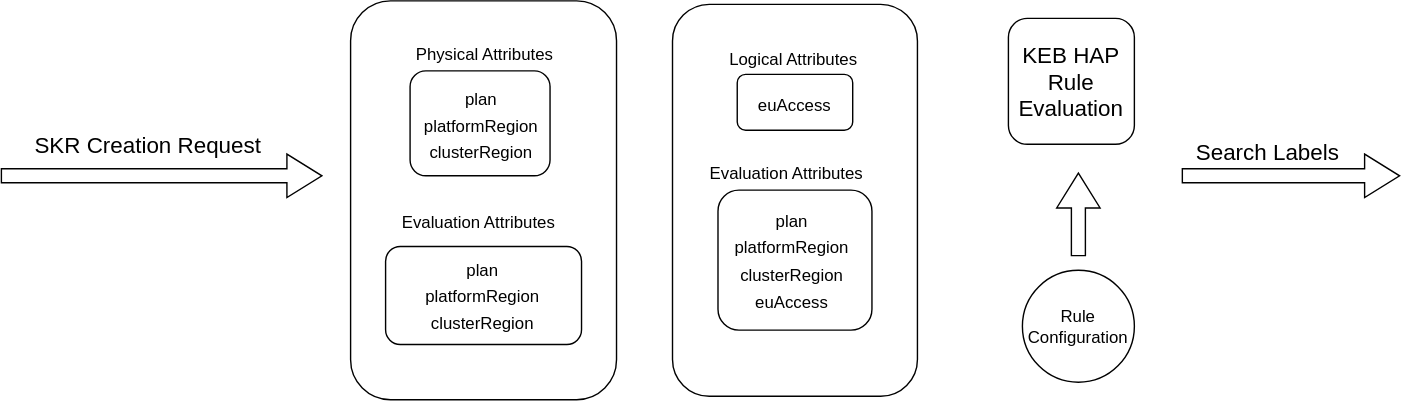
kyma-project/kyma-environment-broker keeps this draw.io diagram as docs/assets/hap-rules-general.drawio.svg. Above is the earlier version. Source tidied: cells renumbered, new cells last; positions are measured from the earlier drawing's top-left corner, leaving out a move shared by most shapes.
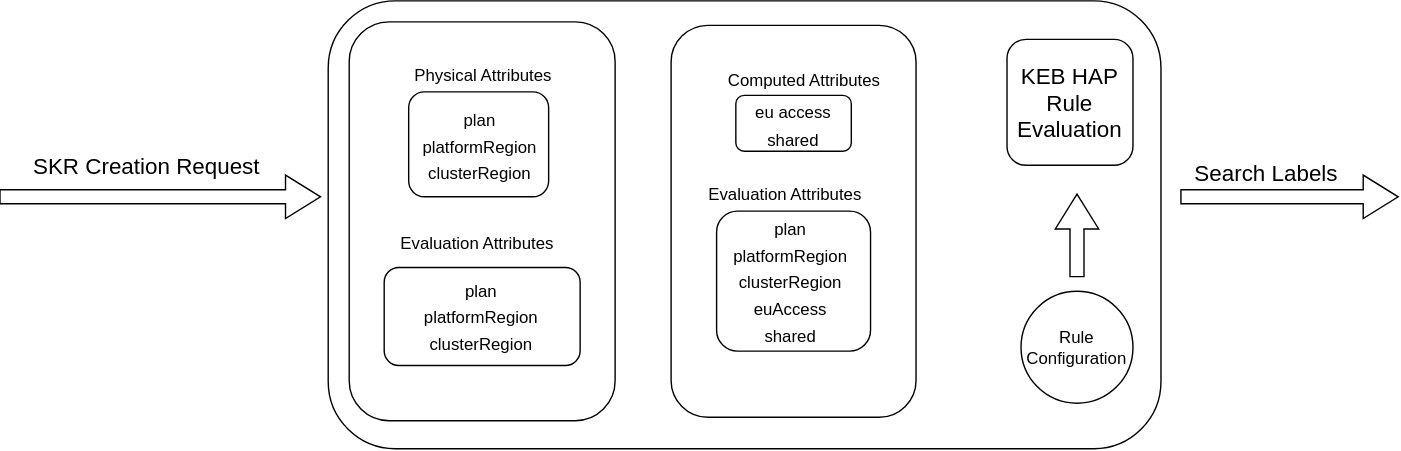
After the change.

Commit message:
Review Remarks

Change to the diagram source:
```diff
@@ -3,75 +3,78 @@
     <mxCell id="0" />
     <mxCell id="1" parent="0" />
     <mxCell id="2" style="whiteSpace=wrap;html=1;rounded=1;" parent="1" vertex="1">
-      <mxGeometry x="480" y="2.5" width="175" height="280" as="geometry" />
+      <mxGeometry x="235" y="-15" width="595" height="320" as="geometry" />
     </mxCell>
     <mxCell id="3" style="whiteSpace=wrap;html=1;rounded=1;" parent="1" vertex="1">
-      <mxGeometry x="526.2" y="52.5" width="82.5" height="40" as="geometry" />
+      <mxGeometry x="480" y="2.5" width="175" height="280" as="geometry" />
     </mxCell>
     <mxCell id="4" style="whiteSpace=wrap;html=1;rounded=1;" parent="1" vertex="1">
-      <mxGeometry x="250" width="190" height="285" as="geometry" />
+      <mxGeometry x="526.2" y="52.5" width="82.5" height="40" as="geometry" />
     </mxCell>
     <mxCell id="5" style="whiteSpace=wrap;html=1;rounded=1;" parent="1" vertex="1">
-      <mxGeometry x="275" y="175.5" width="140" height="70" as="geometry" />
+      <mxGeometry x="250" width="190" height="285" as="geometry" />
     </mxCell>
     <mxCell id="6" style="whiteSpace=wrap;html=1;rounded=1;" parent="1" vertex="1">
-      <mxGeometry x="512.5" y="135.3" width="110" height="100" as="geometry" />
+      <mxGeometry x="275" y="175.5" width="140" height="70" as="geometry" />
     </mxCell>
     <mxCell id="7" style="whiteSpace=wrap;html=1;rounded=1;" parent="1" vertex="1">
-      <mxGeometry x="292.5" y="50" width="100" height="75" as="geometry" />
+      <mxGeometry x="512.5" y="135.3" width="110" height="100" as="geometry" />
     </mxCell>
-    <mxCell id="8" value="&lt;span style=&quot;font-size: 16px;&quot;&gt;KEB HAP Rule Evaluation&lt;/span&gt;" style="whiteSpace=wrap;html=1;rounded=1;" parent="1" vertex="1">
-      <mxGeometry x="720" y="12.5" width="90" height="90" as="geometry" />
+    <mxCell id="8" style="whiteSpace=wrap;html=1;rounded=1;" parent="1" vertex="1">
+      <mxGeometry x="292.5" y="50" width="100" height="75" as="geometry" />
     </mxCell>
-    <mxCell id="9" style="shape=flexArrow;endArrow=classic;html=1;rounded=0;fontSize=12;startSize=8;endSize=8;curved=1;" parent="1" edge="1">
-      <mxGeometry relative="1" as="geometry">
-        <mxPoint y="125" as="sourcePoint" />
-        <mxPoint x="230" y="125" as="targetPoint" />
-      </mxGeometry>
+    <mxCell id="9" value="&lt;span style=&quot;font-size: 16px;&quot;&gt;KEB HAP Rule Evaluation&lt;/span&gt;" style="whiteSpace=wrap;html=1;rounded=1;" parent="1" vertex="1">
+      <mxGeometry x="720" y="12.5" width="90" height="90" as="geometry" />
     </mxCell>
-    <mxCell id="10" value="&lt;font&gt;SKR Creation Request&lt;/font&gt;" style="text;html=1;align=center;verticalAlign=middle;strokeColor=none;fillColor=none;fontSize=16;" parent="1" vertex="1">
-      <mxGeometry x="10" y="87.5" width="190" height="30" as="geometry" />
+    <mxCell id="10" style="shape=flexArrow;endArrow=classic;html=1;rounded=0;fontSize=12;startSize=8;endSize=8;curved=1;" parent="1" edge="1">
+      <mxGeometry relative="1" as="geometry">
+        <mxPoint y="125" as="sourcePoint" />
+        <mxPoint x="230" y="125" as="targetPoint" />
+      </mxGeometry>
     </mxCell>
-    <mxCell id="11" style="shape=flexArrow;endArrow=classic;html=1;rounded=0;fontSize=12;startSize=8;endSize=8;curved=1;exitX=0.029;exitY=1.082;exitDx=0;exitDy=0;exitPerimeter=0;" parent="1" edge="1" source="12">
-      <mxGeometry relative="1" as="geometry">
-        <mxPoint x="1000" y="125" as="targetPoint" />
-      </mxGeometry>
+    <mxCell id="11" value="&lt;font&gt;SKR Creation Request&lt;/font&gt;" style="text;html=1;align=center;verticalAlign=middle;strokeColor=none;fillColor=none;fontSize=16;" parent="1" vertex="1">
+      <mxGeometry x="10" y="87.5" width="190" height="30" as="geometry" />
     </mxCell>
-    <mxCell id="12" value="Search Labels" style="text;html=1;align=center;verticalAlign=middle;points=[];strokeColor=none;fillColor=none;fontSize=16;" parent="1" vertex="1">
-      <mxGeometry x="840" y="92.5" width="130" height="30" as="geometry" />
+    <mxCell id="12" style="shape=flexArrow;endArrow=classic;html=1;rounded=0;fontSize=12;startSize=8;endSize=8;curved=1;exitX=0.029;exitY=1.082;exitDx=0;exitDy=0;exitPerimeter=0;" parent="1" edge="1" source="13">
+      <mxGeometry relative="1" as="geometry">
+        <mxPoint x="1000" y="125" as="targetPoint" />
+      </mxGeometry>
     </mxCell>
-    <mxCell id="13" value="Rule Configuration" style="ellipse;whiteSpace=wrap;html=1;" parent="1" vertex="1">
-      <mxGeometry x="730" y="192.5" width="80" height="80" as="geometry" />
+    <mxCell id="13" value="Search Labels" style="text;html=1;align=center;verticalAlign=middle;points=[];strokeColor=none;fillColor=none;fontSize=16;" parent="1" vertex="1">
+      <mxGeometry x="840" y="92.5" width="130" height="30" as="geometry" />
     </mxCell>
-    <mxCell id="14" style="shape=flexArrow;endArrow=classic;html=1;rounded=0;fontSize=12;startSize=8;endSize=8;curved=1;" parent="1" edge="1">
-      <mxGeometry relative="1" as="geometry">
-        <mxPoint x="770" y="182.5" as="sourcePoint" />
-        <mxPoint x="770" y="122.5" as="targetPoint" />
-      </mxGeometry>
+    <mxCell id="14" value="Rule Configuration" style="ellipse;whiteSpace=wrap;html=1;" parent="1" vertex="1">
+      <mxGeometry x="730" y="192.5" width="80" height="80" as="geometry" />
     </mxCell>
-    <mxCell id="15" value="&lt;div&gt;&lt;span style=&quot;font-size: 12px; background-color: transparent; color: light-dark(rgb(0, 0, 0), rgb(255, 255, 255));&quot;&gt;euAccess&lt;/span&gt;&lt;br&gt;&lt;/div&gt;" style="text;html=1;align=center;verticalAlign=middle;strokeColor=none;fillColor=none;fontSize=16;" parent="1" vertex="1">
-      <mxGeometry x="526.9" y="57.5" width="80" height="30" as="geometry" />
+    <mxCell id="15" style="shape=flexArrow;endArrow=classic;html=1;rounded=0;fontSize=12;startSize=8;endSize=8;curved=1;" parent="1" edge="1">
+      <mxGeometry relative="1" as="geometry">
+        <mxPoint x="770" y="182.5" as="sourcePoint" />
+        <mxPoint x="770" y="122.5" as="targetPoint" />
+      </mxGeometry>
     </mxCell>
-    <mxCell id="16" value="&lt;div&gt;&lt;font style=&quot;font-size: 12px;&quot;&gt;plan&lt;/font&gt;&lt;/div&gt;&lt;div&gt;&lt;font style=&quot;font-size: 12px;&quot;&gt;platformRegion&lt;/font&gt;&lt;/div&gt;&lt;div&gt;&lt;font style=&quot;font-size: 12px;&quot;&gt;clusterRegion&lt;/font&gt;&lt;/div&gt;" style="text;html=1;align=center;verticalAlign=middle;strokeColor=none;fillColor=none;fontSize=16;" parent="1" vertex="1">
-      <mxGeometry x="293.8" y="175" width="100" height="70" as="geometry" />
+    <mxCell id="16" value="&lt;div&gt;&lt;span style=&quot;font-size: 12px; background-color: transparent; color: light-dark(rgb(0, 0, 0), rgb(255, 255, 255));&quot;&gt;eu access&lt;/span&gt;&lt;br&gt;&lt;/div&gt;&lt;div&gt;&lt;span style=&quot;font-size: 12px; background-color: transparent; color: light-dark(rgb(0, 0, 0), rgb(255, 255, 255));&quot;&gt;shared&lt;/span&gt;&lt;/div&gt;" style="text;html=1;align=center;verticalAlign=middle;strokeColor=none;fillColor=none;fontSize=16;" parent="1" vertex="1">
+      <mxGeometry x="526.9" y="47.5" width="80" height="50" as="geometry" />
     </mxCell>
-    <mxCell id="17" value="&lt;div&gt;&lt;font style=&quot;font-size: 12px;&quot;&gt;plan&lt;/font&gt;&lt;/div&gt;&lt;div&gt;&lt;font style=&quot;font-size: 12px;&quot;&gt;platformRegion&lt;/font&gt;&lt;/div&gt;&lt;div&gt;&lt;font style=&quot;font-size: 12px;&quot;&gt;clusterRegion&lt;/font&gt;&lt;/div&gt;&lt;div&gt;&lt;span style=&quot;font-size: 12px; background-color: transparent; color: light-dark(rgb(0, 0, 0), rgb(255, 255, 255));&quot;&gt;euAccess&lt;/span&gt;&lt;br&gt;&lt;/div&gt;" style="text;html=1;align=center;verticalAlign=middle;strokeColor=none;fillColor=none;fontSize=16;" parent="1" vertex="1">
-      <mxGeometry x="515" y="140.3" width="100" height="90" as="geometry" />
+    <mxCell id="17" value="&lt;div&gt;&lt;font style=&quot;font-size: 12px;&quot;&gt;plan&lt;/font&gt;&lt;/div&gt;&lt;div&gt;&lt;font style=&quot;font-size: 12px;&quot;&gt;platformRegion&lt;/font&gt;&lt;/div&gt;&lt;div&gt;&lt;font style=&quot;font-size: 12px;&quot;&gt;clusterRegion&lt;/font&gt;&lt;/div&gt;" style="text;html=1;align=center;verticalAlign=middle;strokeColor=none;fillColor=none;fontSize=16;" parent="1" vertex="1">
+      <mxGeometry x="293.8" y="175" width="100" height="70" as="geometry" />
     </mxCell>
-    <mxCell id="18" value="&lt;div&gt;&lt;span style=&quot;font-size: 12px; background-color: transparent; color: light-dark(rgb(0, 0, 0), rgb(255, 255, 255));&quot;&gt;plan&lt;/span&gt;&lt;br&gt;&lt;/div&gt;&lt;div&gt;&lt;font style=&quot;font-size: 12px;&quot;&gt;platformRegion&lt;/font&gt;&lt;/div&gt;&lt;div&gt;&lt;font style=&quot;font-size: 12px;&quot;&gt;clusterRegion&lt;/font&gt;&lt;/div&gt;" style="text;html=1;align=center;verticalAlign=middle;strokeColor=none;fillColor=none;fontSize=16;" parent="1" vertex="1">
-      <mxGeometry x="292.5" y="52.5" width="100" height="70" as="geometry" />
+    <mxCell id="18" value="&lt;div&gt;&lt;font style=&quot;font-size: 12px;&quot;&gt;plan&lt;/font&gt;&lt;/div&gt;&lt;div&gt;&lt;font style=&quot;font-size: 12px;&quot;&gt;platformRegion&lt;/font&gt;&lt;/div&gt;&lt;div&gt;&lt;font style=&quot;font-size: 12px;&quot;&gt;clusterRegion&lt;/font&gt;&lt;/div&gt;&lt;div&gt;&lt;span style=&quot;font-size: 12px; background-color: transparent; color: light-dark(rgb(0, 0, 0), rgb(255, 255, 255));&quot;&gt;euAccess&lt;/span&gt;&lt;br&gt;&lt;/div&gt;&lt;div&gt;&lt;span style=&quot;font-size: 12px; background-color: transparent; color: light-dark(rgb(0, 0, 0), rgb(255, 255, 255));&quot;&gt;shared&lt;/span&gt;&lt;/div&gt;" style="text;html=1;align=center;verticalAlign=middle;strokeColor=none;fillColor=none;fontSize=16;" parent="1" vertex="1">
+      <mxGeometry x="515" y="130.3" width="100" height="110" as="geometry" />
     </mxCell>
-    <mxCell id="19" value="&lt;span style=&quot;font-family: Helvetica; font-size: 12px; font-style: normal; font-variant-ligatures: normal; font-variant-caps: normal; font-weight: 400; letter-spacing: normal; orphans: 2; text-align: center; text-indent: 0px; text-transform: none; widows: 2; word-spacing: 0px; -webkit-text-stroke-width: 0px; white-space: nowrap; text-decoration-thickness: initial; text-decoration-style: initial; text-decoration-color: initial; float: none; display: inline !important;&quot;&gt;&lt;font&gt;Physical Attributes&lt;/font&gt;&lt;/span&gt;" style="text;whiteSpace=wrap;html=1;" parent="1" vertex="1">
-      <mxGeometry x="295" y="25" width="70" height="30" as="geometry" />
+    <mxCell id="19" value="&lt;div&gt;&lt;span style=&quot;font-size: 12px; background-color: transparent; color: light-dark(rgb(0, 0, 0), rgb(255, 255, 255));&quot;&gt;plan&lt;/span&gt;&lt;br&gt;&lt;/div&gt;&lt;div&gt;&lt;font style=&quot;font-size: 12px;&quot;&gt;platformRegion&lt;/font&gt;&lt;/div&gt;&lt;div&gt;&lt;font style=&quot;font-size: 12px;&quot;&gt;clusterRegion&lt;/font&gt;&lt;/div&gt;" style="text;html=1;align=center;verticalAlign=middle;strokeColor=none;fillColor=none;fontSize=16;" parent="1" vertex="1">
+      <mxGeometry x="292.5" y="52.5" width="100" height="70" as="geometry" />
     </mxCell>
-    <mxCell id="20" value="&lt;span style=&quot;font-family: Helvetica; font-style: normal; font-variant-ligatures: normal; font-variant-caps: normal; font-weight: 400; letter-spacing: normal; orphans: 2; text-align: center; text-indent: 0px; text-transform: none; widows: 2; word-spacing: 0px; -webkit-text-stroke-width: 0px; white-space: nowrap; text-decoration-thickness: initial; text-decoration-style: initial; text-decoration-color: initial; float: none; display: inline !important;&quot;&gt;&lt;font&gt;Evaluation Attributes&lt;/font&gt;&lt;/span&gt;" style="text;whiteSpace=wrap;html=1;" parent="1" vertex="1">
-      <mxGeometry x="285" y="145" width="120" height="30" as="geometry" />
+    <mxCell id="20" value="&lt;span style=&quot;font-family: Helvetica; font-size: 12px; font-style: normal; font-variant-ligatures: normal; font-variant-caps: normal; font-weight: 400; letter-spacing: normal; orphans: 2; text-align: center; text-indent: 0px; text-transform: none; widows: 2; word-spacing: 0px; -webkit-text-stroke-width: 0px; white-space: nowrap; text-decoration-thickness: initial; text-decoration-style: initial; text-decoration-color: initial; float: none; display: inline !important;&quot;&gt;&lt;font&gt;Physical Attributes&lt;/font&gt;&lt;/span&gt;" style="text;whiteSpace=wrap;html=1;" parent="1" vertex="1">
+      <mxGeometry x="295" y="25" width="70" height="30" as="geometry" />
     </mxCell>
-    <mxCell id="21" value="&lt;font style=&quot;forced-color-adjust: none; font-family: Helvetica; font-style: normal; font-variant-ligatures: normal; font-variant-caps: normal; font-weight: 400; letter-spacing: normal; orphans: 2; text-align: center; text-indent: 0px; text-transform: none; widows: 2; word-spacing: 0px; -webkit-text-stroke-width: 0px; white-space: nowrap; text-decoration-thickness: initial; text-decoration-style: initial; text-decoration-color: initial; font-size: 12px; box-shadow: none !important;&quot;&gt;Evaluation Attributes&lt;/font&gt;" style="text;whiteSpace=wrap;html=1;" parent="1" vertex="1">
-      <mxGeometry x="505" y="109.7" width="140" height="40" as="geometry" />
+    <mxCell id="21" value="&lt;span style=&quot;font-family: Helvetica; font-style: normal; font-variant-ligatures: normal; font-variant-caps: normal; font-weight: 400; letter-spacing: normal; orphans: 2; text-align: center; text-indent: 0px; text-transform: none; widows: 2; word-spacing: 0px; -webkit-text-stroke-width: 0px; white-space: nowrap; text-decoration-thickness: initial; text-decoration-style: initial; text-decoration-color: initial; float: none; display: inline !important;&quot;&gt;&lt;font&gt;Evaluation Attributes&lt;/font&gt;&lt;/span&gt;" style="text;whiteSpace=wrap;html=1;" parent="1" vertex="1">
+      <mxGeometry x="285" y="145" width="120" height="30" as="geometry" />
     </mxCell>
-    <mxCell id="22" value="&lt;font style=&quot;forced-color-adjust: none; font-family: Helvetica; font-style: normal; font-variant-ligatures: normal; font-variant-caps: normal; font-weight: 400; letter-spacing: normal; orphans: 2; text-align: center; text-indent: 0px; text-transform: none; widows: 2; word-spacing: 0px; -webkit-text-stroke-width: 0px; white-space: nowrap; text-decoration-thickness: initial; text-decoration-style: initial; text-decoration-color: initial; font-size: 12px; box-shadow: none !important;&quot;&gt;Logical Attributes&lt;/font&gt;" style="text;whiteSpace=wrap;html=1;" parent="1" vertex="1">
-      <mxGeometry x="518.8" y="27.5" width="96.2" height="25" as="geometry" />
+    <mxCell id="22" value="&lt;font style=&quot;forced-color-adjust: none; font-family: Helvetica; font-style: normal; font-variant-ligatures: normal; font-variant-caps: normal; font-weight: 400; letter-spacing: normal; orphans: 2; text-align: center; text-indent: 0px; text-transform: none; widows: 2; word-spacing: 0px; -webkit-text-stroke-width: 0px; white-space: nowrap; text-decoration-thickness: initial; text-decoration-style: initial; text-decoration-color: initial; font-size: 12px; box-shadow: none !important;&quot;&gt;Evaluation Attributes&lt;/font&gt;" style="text;whiteSpace=wrap;html=1;" parent="1" vertex="1">
+      <mxGeometry x="505" y="109.7" width="140" height="40" as="geometry" />
     </mxCell>
+    <mxCell id="23" value="&lt;font style=&quot;forced-color-adjust: none; font-family: Helvetica; font-style: normal; font-variant-ligatures: normal; font-variant-caps: normal; font-weight: 400; letter-spacing: normal; orphans: 2; text-align: center; text-indent: 0px; text-transform: none; widows: 2; word-spacing: 0px; -webkit-text-stroke-width: 0px; white-space: nowrap; text-decoration-thickness: initial; text-decoration-style: initial; text-decoration-color: initial; font-size: 12px; box-shadow: none !important;&quot;&gt;Computed Attributes&lt;/font&gt;" style="text;whiteSpace=wrap;html=1;" parent="1" vertex="1">
+      <mxGeometry x="518.8" y="27.5" width="96.2" height="25" as="geometry" />
+    </mxCell>
   </root>
 </mxGraphModel>
```
